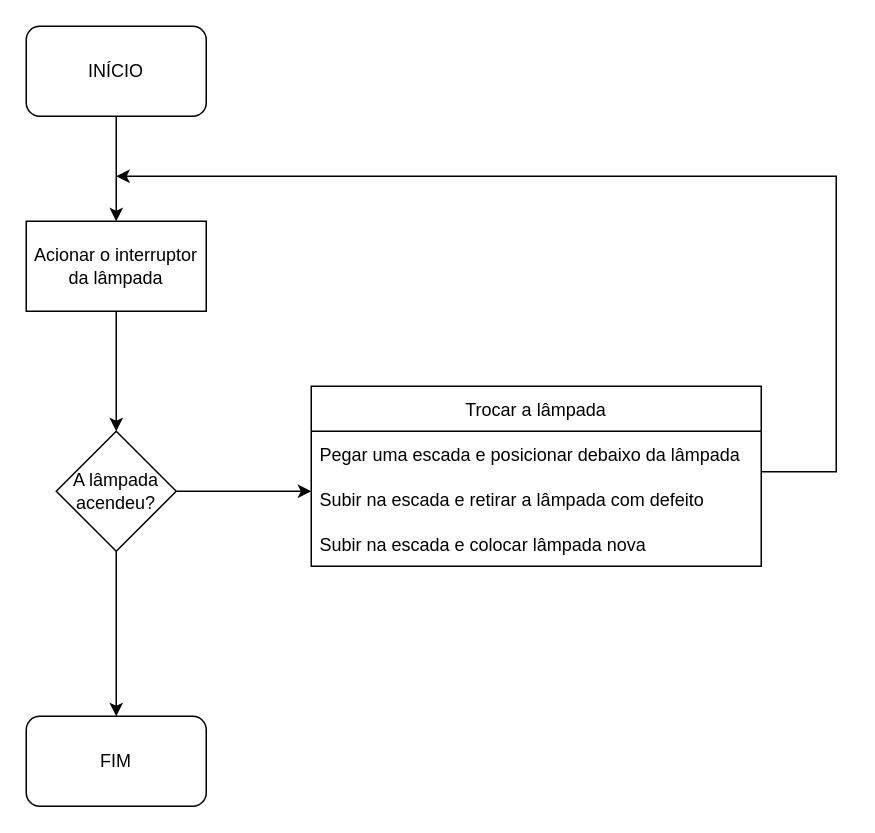
The draw.io diagram trocarLampada.drawio in helton-barbosa/Trocar-Lampada, before the edit. Source tidied: cells renumbered, new cells numbered last; positions are measured from the earlier drawing's top-left corner, leaving out a move shared by most shapes. Both pictures are drawn from the tidied source at 150%, with x=0, y=0 at pixel (26, 26).
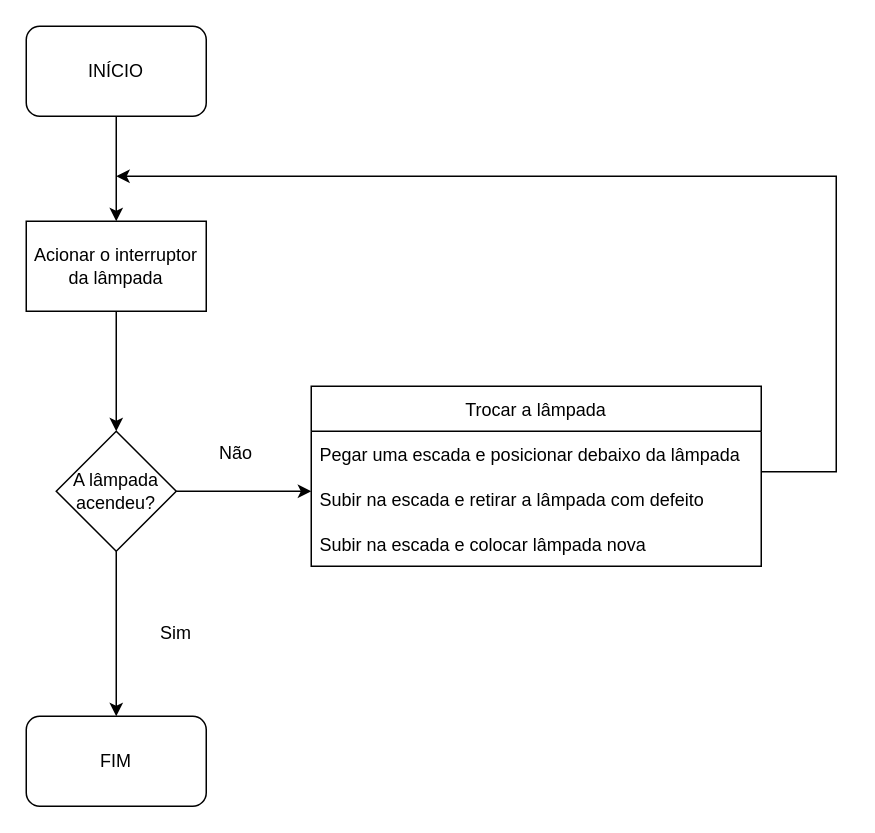
The same diagram, later.

Diff of the diagram source:
```diff
@@
 <mxGraphModel>
   <root>
     <mxCell id="0" />
     <mxCell id="1" parent="0" />
     <mxCell id="2" value="INÍCIO" style="rounded=1;whiteSpace=wrap;html=1;" parent="1" vertex="1">
       <mxGeometry width="120" height="60" as="geometry" />
     </mxCell>
     <mxCell id="3" value="Acionar o interruptor da lâmpada" style="rounded=0;whiteSpace=wrap;html=1;" parent="1" vertex="1">
       <mxGeometry y="130" width="120" height="60" as="geometry" />
     </mxCell>
     <mxCell id="4" value="A lâmpada acendeu?" style="rhombus;whiteSpace=wrap;html=1;" parent="1" vertex="1">
       <mxGeometry x="20" y="270" width="80" height="80" as="geometry" />
     </mxCell>
     <mxCell id="5" value="FIM" style="rounded=1;whiteSpace=wrap;html=1;" parent="1" vertex="1">
       <mxGeometry y="460" width="120" height="60" as="geometry" />
     </mxCell>
     <mxCell id="6" value="Trocar a lâmpada" style="swimlane;fontStyle=0;horizontal=1;startSize=30;" parent="1" vertex="1">
       <mxGeometry x="190" y="240" width="300" height="120" as="geometry" />
     </mxCell>
     <mxCell id="7" value="Pegar uma escada e posicionar debaixo da lâmpada" style="text;strokeColor=none;fillColor=none;align=left;verticalAlign=middle;spacingLeft=4;spacingRight=4;overflow=hidden;" parent="6" vertex="1">
       <mxGeometry y="30" width="300" height="30" as="geometry" />
     </mxCell>
     <mxCell id="8" value="Subir na escada e retirar a lâmpada com defeito" style="text;strokeColor=none;fillColor=none;align=left;verticalAlign=middle;spacingLeft=4;spacingRight=4;overflow=hidden;" parent="6" vertex="1">
       <mxGeometry y="60" width="300" height="30" as="geometry" />
     </mxCell>
     <mxCell id="9" value="Subir na escada e colocar lâmpada nova" style="text;strokeColor=none;fillColor=none;align=left;verticalAlign=middle;spacingLeft=4;spacingRight=4;overflow=hidden;" parent="6" vertex="1">
       <mxGeometry y="90" width="300" height="30" as="geometry" />
     </mxCell>
     <mxCell id="10" style="endArrow=classic;html=1;rounded=0;exitX=0.5;exitY=1;exitDx=0;exitDy=0;entryX=0.5;entryY=0;entryDx=0;entryDy=0;" parent="1" edge="1" source="2" target="3">
       <mxGeometry relative="1" as="geometry" />
     </mxCell>
     <mxCell id="11" style="endArrow=classic;html=1;rounded=0;exitX=0.5;exitY=1;exitDx=0;exitDy=0;entryX=0.5;entryY=0;entryDx=0;entryDy=0;" parent="1" edge="1" source="3" target="4">
       <mxGeometry relative="1" as="geometry" />
     </mxCell>
     <mxCell id="12" style="endArrow=classic;html=1;rounded=0;exitX=1;exitY=0.5;exitDx=0;exitDy=0;" parent="1" edge="1" source="4">
       <mxGeometry relative="1" as="geometry">
         <mxPoint x="190" y="310" as="targetPoint" />
       </mxGeometry>
     </mxCell>
     <mxCell id="13" style="endArrow=classic;html=1;rounded=0;exitX=0.5;exitY=1;exitDx=0;exitDy=0;entryX=0.5;entryY=0;entryDx=0;entryDy=0;" parent="1" edge="1" source="4" target="5">
       <mxGeometry relative="1" as="geometry" />
     </mxCell>
     <mxCell id="14" style="endArrow=classic;html=1;rounded=0;" parent="1" edge="1">
       <mxGeometry relative="1" as="geometry">
         <mxPoint x="490" y="297" as="sourcePoint" />
         <mxPoint x="60" y="100" as="targetPoint" />
         <Array as="points">
           <mxPoint x="540" y="297" />
           <mxPoint x="540" y="100" />
         </Array>
       </mxGeometry>
     </mxCell>
+    <mxCell id="15" value="Não" style="text;html=1;strokeColor=none;fillColor=none;align=center;verticalAlign=middle;whiteSpace=wrap;rounded=0;" parent="1" vertex="1">
+      <mxGeometry x="110" y="270" width="60" height="30" as="geometry" />
+    </mxCell>
+    <mxCell id="16" value="Sim" style="text;html=1;strokeColor=none;fillColor=none;align=center;verticalAlign=middle;whiteSpace=wrap;rounded=0;" parent="1" vertex="1">
+      <mxGeometry x="70" y="390" width="60" height="30" as="geometry" />
+    </mxCell>
   </root>
 </mxGraphModel>
```
